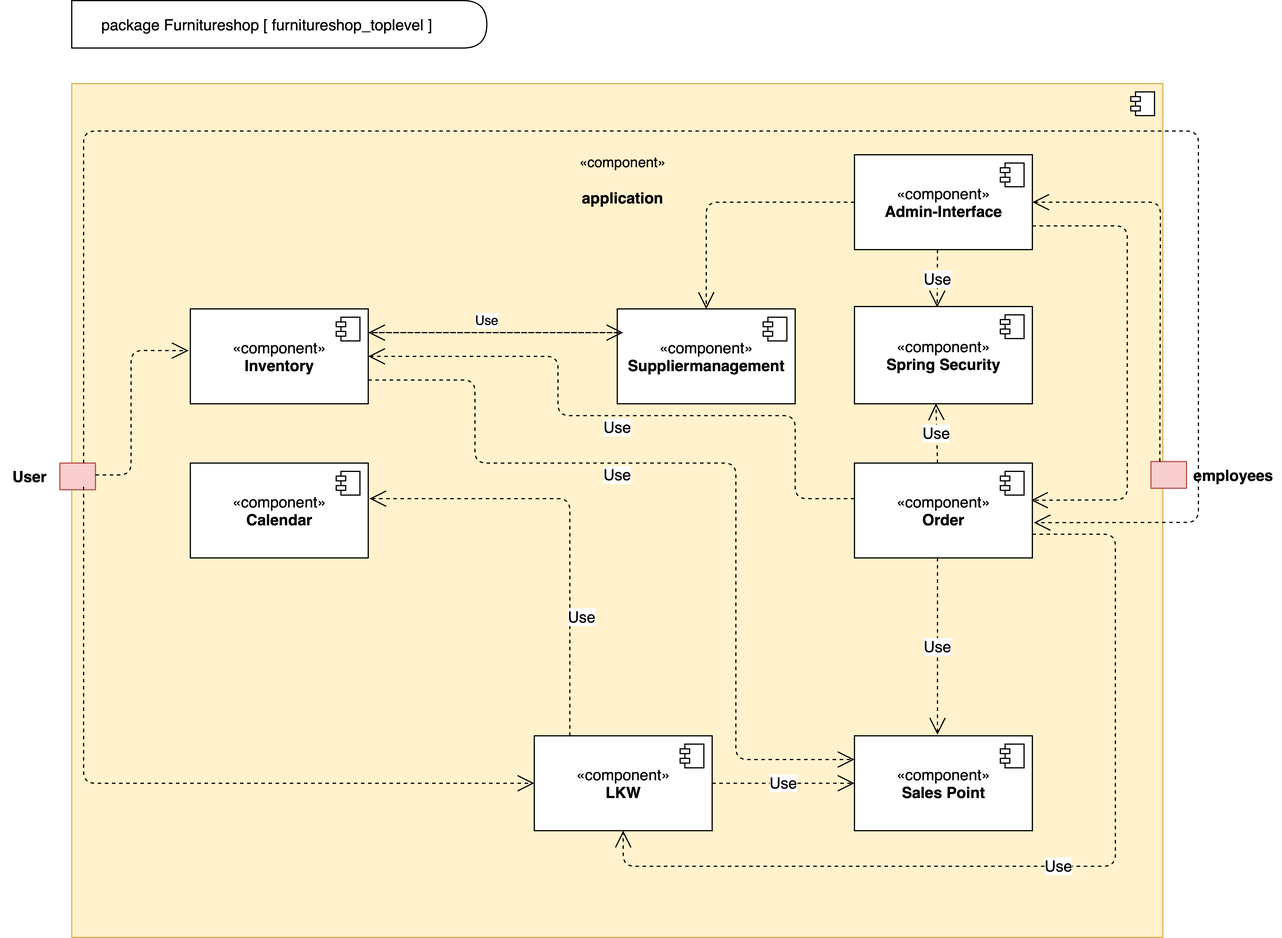
Before: src/main/asciidoc/models/analysis/top_level_architecture_eng.png, a diagram exported from draw.io (shinyonogi/SWT). Source tidied: cells renumbered, new cells last; positions are measured from the earlier drawing's top-left corner, leaving out a move shared by most shapes.
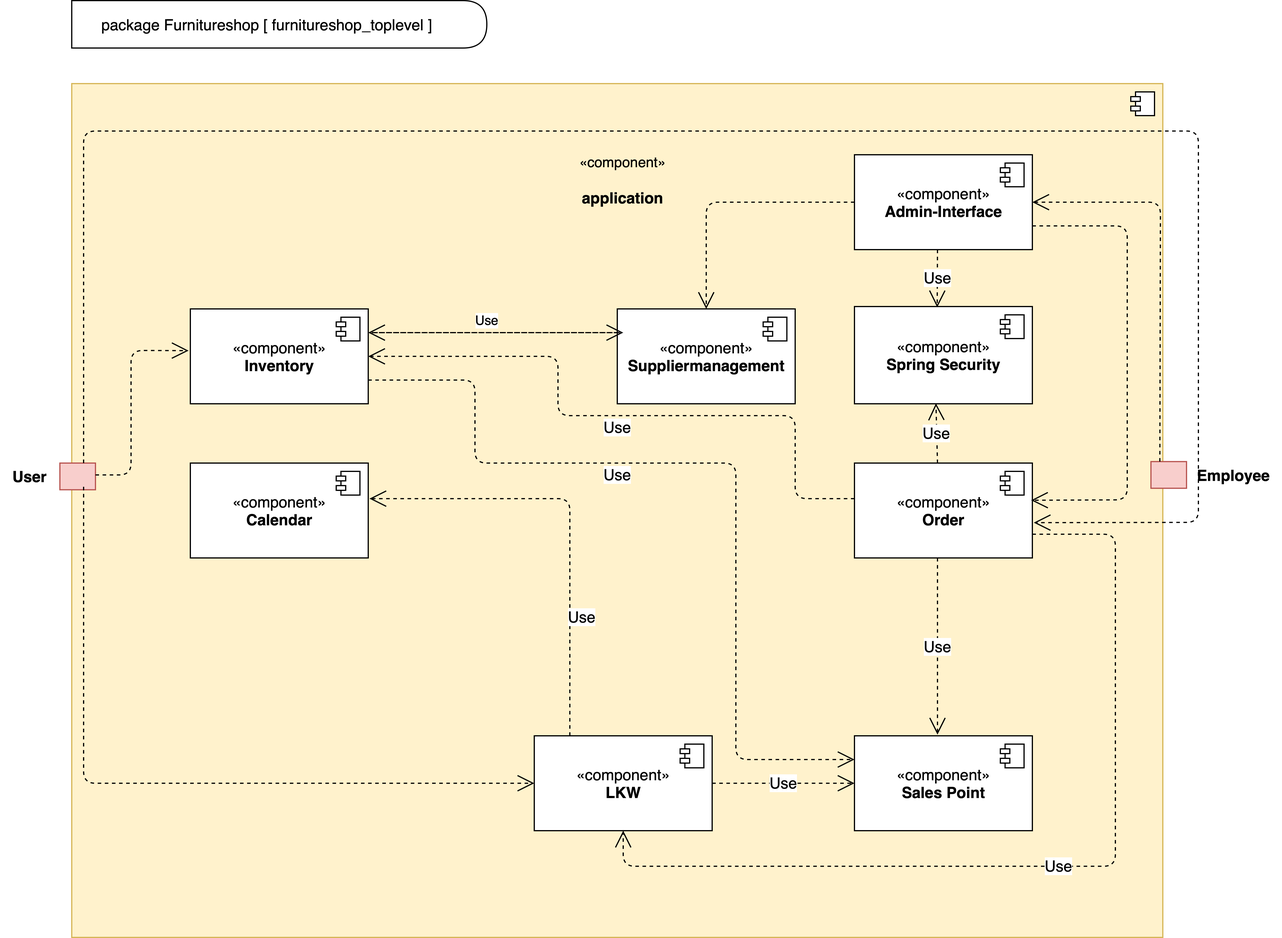
After the commit.

Commit message:
fixing little mistake in picture

The edit, as a diff of the source:
```diff
@@ -101,7 +101,7 @@
     <mxCell id="26" style="html=1;fontSize=13;fillColor=#f8cecc;strokeColor=#b85450;" parent="1" vertex="1">
       <mxGeometry x="970" y="388.8" width="30" height="22.5" as="geometry" />
     </mxCell>
-    <mxCell id="27" value="employees" style="text;align=center;fontStyle=1;verticalAlign=middle;spacingLeft=3;spacingRight=3;strokeColor=none;fontSize=13;" parent="1" vertex="1">
+    <mxCell id="27" value="Employee" style="text;align=center;fontStyle=1;verticalAlign=middle;spacingLeft=3;spacingRight=3;strokeColor=none;fontSize=13;" parent="1" vertex="1">
       <mxGeometry x="1000" y="387" width="80" height="26" as="geometry" />
     </mxCell>
     <mxCell id="28" style="endArrow=open;endSize=12;dashed=1;html=1;fontSize=13;entryX=0;entryY=0.5;entryDx=0;entryDy=0;" parent="1" edge="1" target="10">
```
